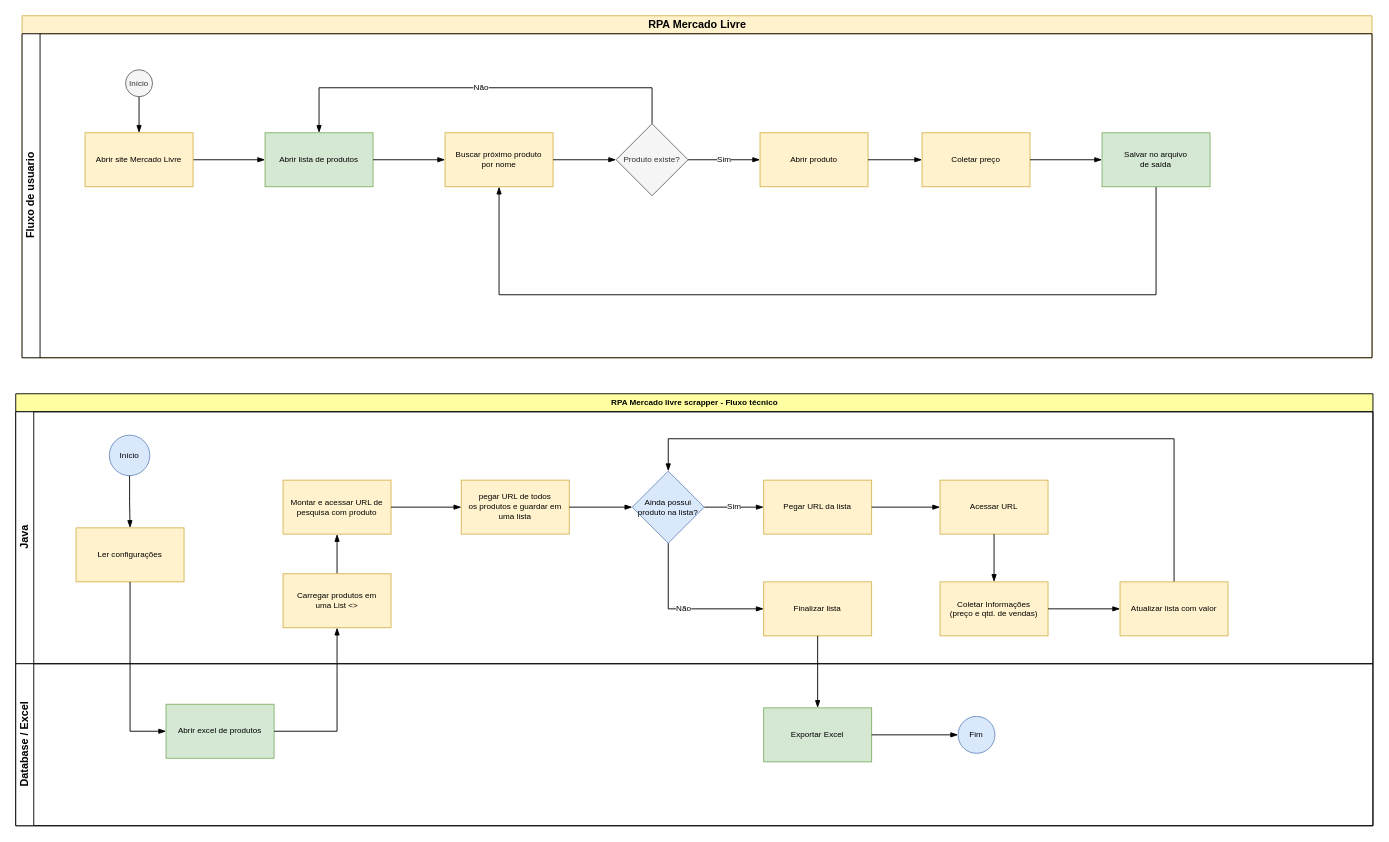
The draw.io diagram process-flow.drawio in Gussriquena/rpa.ml.extractor.scraper, before the edit. Source tidied: cells renumbered, new cells numbered last; positions are measured from the earlier drawing's top-left corner, leaving out a move shared by most shapes. Both pictures are drawn from the tidied source at 90%, with x=0, y=0 at pixel (15, 15).
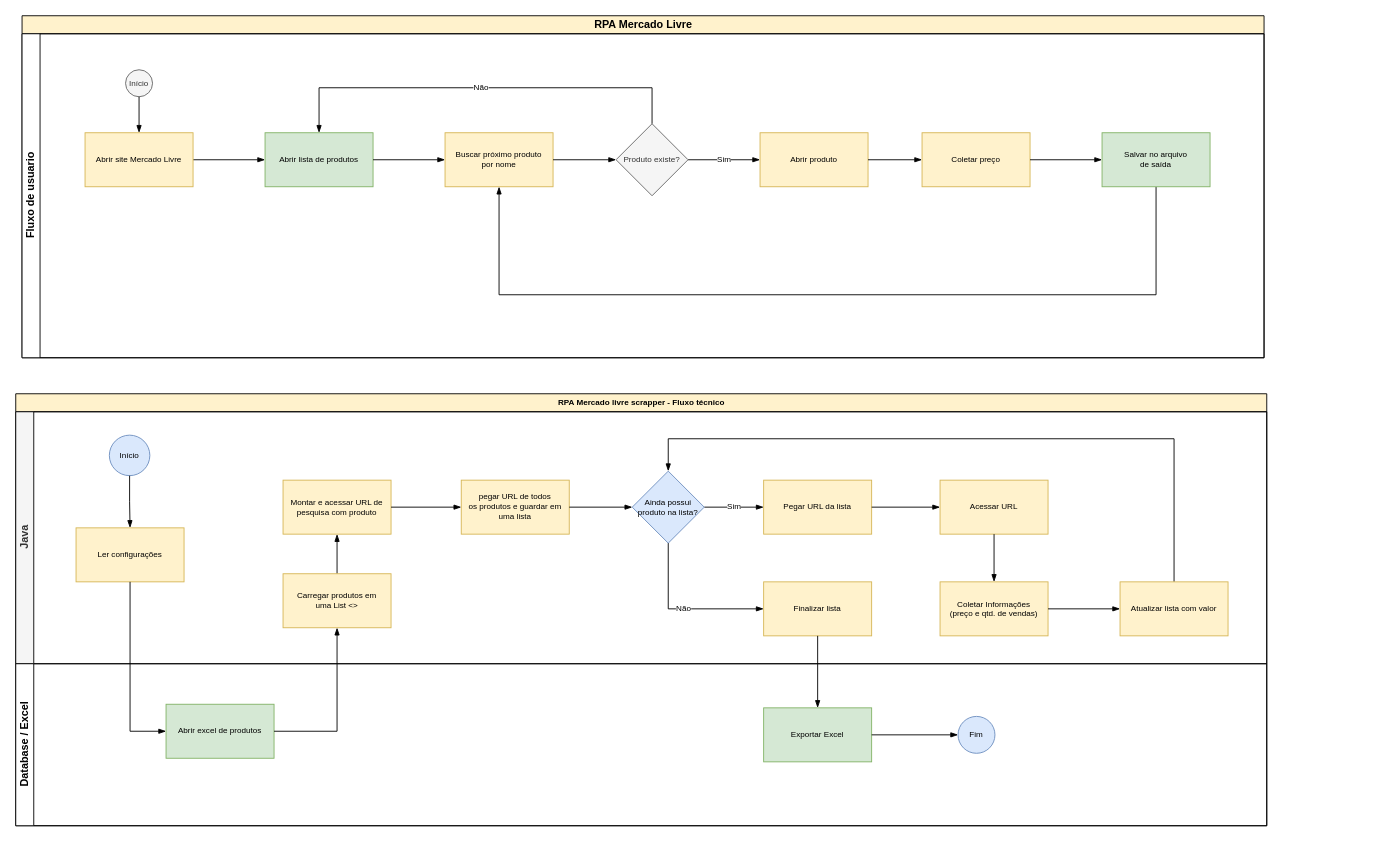
Above is the later version.

What changed in the source:
```diff
@@
-    <mxCell id="2" value="RPA Mercado Livre" style="swimlane;html=1;horizontal=1;startSize=20;fillColor=#fff2cc;strokeColor=#d6b656;" parent="1" vertex="1">
-      <mxGeometry x="7" width="1500" height="380" as="geometry" />
+    <mxCell id="2" value="RPA Mercado Livre" style="swimlane;html=1;horizontal=1;startSize=20;fillColor=#fff2cc;" parent="1" vertex="1">
+      <mxGeometry x="7" width="1380" height="380" as="geometry" />
     </mxCell>
     <mxCell id="3" value="Fluxo de usuario" style="swimlane;html=1;startSize=20;horizontal=0;" parent="2" vertex="1">
-      <mxGeometry y="20" width="1500" height="360" as="geometry" />
+      <mxGeometry y="20" width="1380" height="360" as="geometry" />
     </mxCell>
@@
-    <mxCell id="21" value="RPA Mercado livre scrapper - Fluxo técnico" style="swimlane;html=1;horizontal=1;startSize=20;fillColor=#FFFFA1;gradientColor=none;fontSize=9;" parent="1" vertex="1">
-      <mxGeometry y="420" width="1508" height="480" as="geometry" />
+    <mxCell id="21" value="RPA Mercado livre scrapper - Fluxo técnico" style="swimlane;html=1;horizontal=1;startSize=20;fillColor=#fff2cc;fontSize=9;" parent="1" vertex="1">
+      <mxGeometry y="420" width="1390" height="480" as="geometry" />
     </mxCell>
-    <mxCell id="22" value="Java" style="swimlane;html=1;startSize=20;horizontal=0;" parent="21" vertex="1">
-      <mxGeometry y="20" width="1508" height="280" as="geometry" />
+    <mxCell id="22" value="Java" style="swimlane;html=1;startSize=20;horizontal=0;fillColor=#f5f5f5;fontColor=#333333;" parent="21" vertex="1">
+      <mxGeometry y="20" width="1390" height="280" as="geometry" />
     </mxCell>
@@
     <mxCell id="44" value="Database / Excel" style="swimlane;html=1;startSize=20;horizontal=0;" parent="21" vertex="1">
-      <mxGeometry y="300" width="1508" height="180" as="geometry" />
+      <mxGeometry y="300" width="1390" height="180" as="geometry" />
     </mxCell>
```
